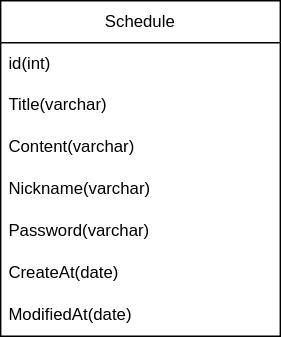
Earlier version of the draw.io export documents/schedule-erd.svg (newbe01/schedule). Source tidied: cells renumbered, new cells last; positions are measured from the earlier drawing's top-left corner, leaving out a move shared by most shapes.
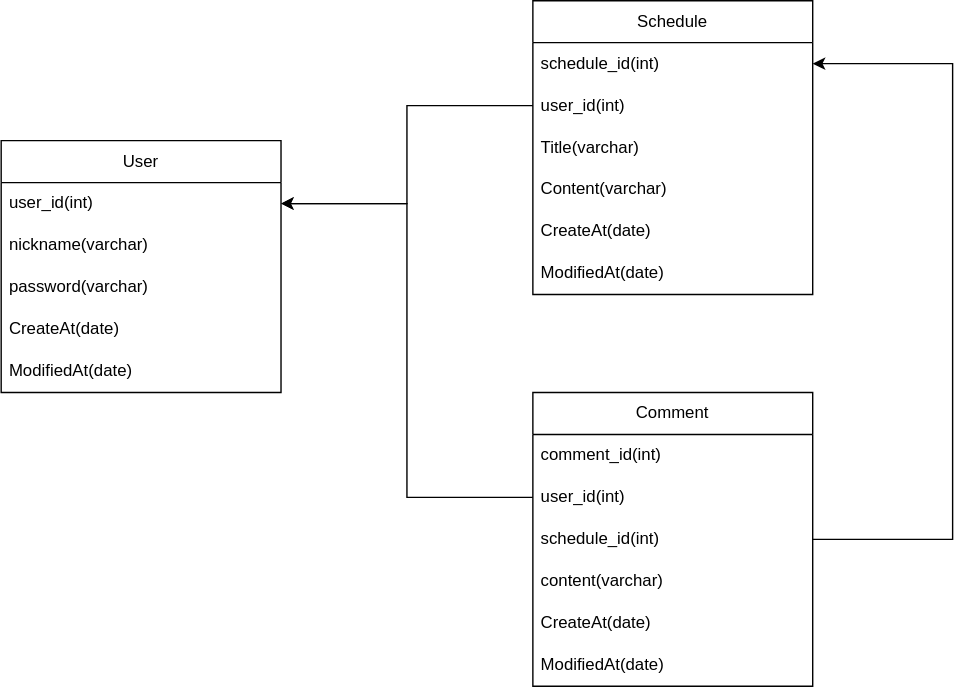
Above is the later version.

Commit message:
erd, use case

Change to the diagram source:
```diff
@@ -3,28 +3,78 @@
     <mxCell id="0" />
     <mxCell id="1" parent="0" />
     <mxCell id="2" value="Schedule" style="swimlane;fontStyle=0;horizontal=1;startSize=30;whiteSpace=wrap;html=1;" parent="1" vertex="1">
-      <mxGeometry width="200" height="240" as="geometry" />
+      <mxGeometry width="200" height="210" as="geometry" />
     </mxCell>
-    <mxCell id="3" value="id(int)" style="text;strokeColor=none;fillColor=none;align=left;verticalAlign=middle;spacingLeft=4;spacingRight=4;overflow=hidden;points=[[0,0.5],[1,0.5]];portConstraint=eastwest;whiteSpace=wrap;html=1;" parent="2" vertex="1">
+    <mxCell id="3" value="schedule_id(int)" style="text;strokeColor=none;fillColor=none;align=left;verticalAlign=middle;spacingLeft=4;spacingRight=4;overflow=hidden;points=[[0,0.5],[1,0.5]];portConstraint=eastwest;whiteSpace=wrap;html=1;" parent="2" vertex="1">
       <mxGeometry y="30" width="200" height="30" as="geometry" />
     </mxCell>
+    <mxCell id="10" value="user_id(int)" style="text;strokeColor=none;fillColor=none;align=left;verticalAlign=middle;spacingLeft=4;spacingRight=4;overflow=hidden;points=[[0,0.5],[1,0.5]];portConstraint=eastwest;whiteSpace=wrap;html=1;" parent="2" vertex="1">
+      <mxGeometry y="60" width="200" height="30" as="geometry" />
+    </mxCell>
     <mxCell id="4" value="Title(varchar)" style="text;strokeColor=none;fillColor=none;align=left;verticalAlign=middle;spacingLeft=4;spacingRight=4;overflow=hidden;whiteSpace=wrap;html=1;" parent="2" vertex="1">
-      <mxGeometry y="60" width="200" height="30" as="geometry" />
+      <mxGeometry y="90" width="200" height="30" as="geometry" />
     </mxCell>
     <mxCell id="5" value="Content(varchar)" style="text;strokeColor=none;fillColor=none;align=left;verticalAlign=middle;spacingLeft=4;spacingRight=4;overflow=hidden;whiteSpace=wrap;html=1;" parent="2" vertex="1">
-      <mxGeometry y="90" width="200" height="30" as="geometry" />
+      <mxGeometry y="120" width="200" height="30" as="geometry" />
     </mxCell>
-    <mxCell id="6" value="Nickname(varchar)" style="text;strokeColor=none;fillColor=none;align=left;verticalAlign=middle;spacingLeft=4;spacingRight=4;overflow=hidden;whiteSpace=wrap;html=1;" parent="2" vertex="1">
-      <mxGeometry y="120" width="200" height="30" as="geometry" />
-    </mxCell>
-    <mxCell id="7" value="Password(varchar)" style="text;strokeColor=none;fillColor=none;align=left;verticalAlign=middle;spacingLeft=4;spacingRight=4;overflow=hidden;whiteSpace=wrap;html=1;" parent="2" vertex="1">
-      <mxGeometry y="150" width="200" height="30" as="geometry" />
-    </mxCell>
     <mxCell id="8" value="CreateAt(date)" style="text;strokeColor=none;fillColor=none;align=left;verticalAlign=middle;spacingLeft=4;spacingRight=4;overflow=hidden;whiteSpace=wrap;html=1;" parent="2" vertex="1">
-      <mxGeometry y="180" width="200" height="30" as="geometry" />
+      <mxGeometry y="150" width="200" height="30" as="geometry" />
     </mxCell>
     <mxCell id="9" value="ModifiedAt(date)" style="text;strokeColor=none;fillColor=none;align=left;verticalAlign=middle;spacingLeft=4;spacingRight=4;overflow=hidden;whiteSpace=wrap;html=1;" parent="2" vertex="1">
-      <mxGeometry y="210" width="200" height="30" as="geometry" />
+      <mxGeometry y="180" width="200" height="30" as="geometry" />
     </mxCell>
+    <mxCell id="11" value="User" style="swimlane;fontStyle=0;horizontal=1;startSize=30;whiteSpace=wrap;html=1;" parent="1" vertex="1">
+      <mxGeometry x="-380" y="100" width="200" height="180" as="geometry" />
+    </mxCell>
+    <mxCell id="12" value="user_id(int)" style="text;strokeColor=none;fillColor=none;align=left;verticalAlign=middle;spacingLeft=4;spacingRight=4;overflow=hidden;points=[[0,0.5],[1,0.5]];portConstraint=eastwest;whiteSpace=wrap;html=1;" parent="11" vertex="1">
+      <mxGeometry y="30" width="200" height="30" as="geometry" />
+    </mxCell>
+    <mxCell id="13" value="nickname(varchar)" style="text;strokeColor=none;fillColor=none;align=left;verticalAlign=middle;spacingLeft=4;spacingRight=4;overflow=hidden;whiteSpace=wrap;html=1;" parent="11" vertex="1">
+      <mxGeometry y="60" width="200" height="30" as="geometry" />
+    </mxCell>
+    <mxCell id="14" value="password(varchar)" style="text;strokeColor=none;fillColor=none;align=left;verticalAlign=middle;spacingLeft=4;spacingRight=4;overflow=hidden;whiteSpace=wrap;html=1;" parent="11" vertex="1">
+      <mxGeometry y="90" width="200" height="30" as="geometry" />
+    </mxCell>
+    <mxCell id="15" value="CreateAt(date)" style="text;strokeColor=none;fillColor=none;align=left;verticalAlign=middle;spacingLeft=4;spacingRight=4;overflow=hidden;whiteSpace=wrap;html=1;" parent="11" vertex="1">
+      <mxGeometry y="120" width="200" height="30" as="geometry" />
+    </mxCell>
+    <mxCell id="16" value="ModifiedAt(date)" style="text;strokeColor=none;fillColor=none;align=left;verticalAlign=middle;spacingLeft=4;spacingRight=4;overflow=hidden;whiteSpace=wrap;html=1;" parent="11" vertex="1">
+      <mxGeometry y="150" width="200" height="30" as="geometry" />
+    </mxCell>
+    <mxCell id="17" value="Comment&lt;br&gt;" style="swimlane;fontStyle=0;horizontal=1;startSize=30;whiteSpace=wrap;html=1;" parent="1" vertex="1">
+      <mxGeometry y="280" width="200" height="210" as="geometry" />
+    </mxCell>
+    <mxCell id="18" value="comment_id(int)" style="text;strokeColor=none;fillColor=none;align=left;verticalAlign=middle;spacingLeft=4;spacingRight=4;overflow=hidden;whiteSpace=wrap;html=1;" parent="17" vertex="1">
+      <mxGeometry y="30" width="200" height="30" as="geometry" />
+    </mxCell>
+    <mxCell id="19" value="user_id(int)" style="text;strokeColor=none;fillColor=none;align=left;verticalAlign=middle;spacingLeft=4;spacingRight=4;overflow=hidden;points=[[0,0.5],[1,0.5]];portConstraint=eastwest;whiteSpace=wrap;html=1;" parent="17" vertex="1">
+      <mxGeometry y="60" width="200" height="30" as="geometry" />
+    </mxCell>
+    <mxCell id="20" value="schedule_id(int)" style="text;strokeColor=none;fillColor=none;align=left;verticalAlign=middle;spacingLeft=4;spacingRight=4;overflow=hidden;points=[[0,0.5],[1,0.5]];portConstraint=eastwest;whiteSpace=wrap;html=1;" parent="17" vertex="1">
+      <mxGeometry y="90" width="200" height="30" as="geometry" />
+    </mxCell>
+    <mxCell id="21" value="content(varchar)" style="text;strokeColor=none;fillColor=none;align=left;verticalAlign=middle;spacingLeft=4;spacingRight=4;overflow=hidden;whiteSpace=wrap;html=1;" parent="17" vertex="1">
+      <mxGeometry y="120" width="200" height="30" as="geometry" />
+    </mxCell>
+    <mxCell id="22" value="CreateAt(date)" style="text;strokeColor=none;fillColor=none;align=left;verticalAlign=middle;spacingLeft=4;spacingRight=4;overflow=hidden;whiteSpace=wrap;html=1;" parent="17" vertex="1">
+      <mxGeometry y="150" width="200" height="30" as="geometry" />
+    </mxCell>
+    <mxCell id="23" value="ModifiedAt(date)" style="text;strokeColor=none;fillColor=none;align=left;verticalAlign=middle;spacingLeft=4;spacingRight=4;overflow=hidden;whiteSpace=wrap;html=1;" parent="17" vertex="1">
+      <mxGeometry y="180" width="200" height="30" as="geometry" />
+    </mxCell>
+    <mxCell id="24" style="edgeStyle=orthogonalEdgeStyle;rounded=0;jettySize=auto;html=1;entryX=1;entryY=0.5;entryDx=0;entryDy=0;" parent="1" edge="1" source="10" target="12">
+      <mxGeometry relative="1" as="geometry" />
+    </mxCell>
+    <mxCell id="25" style="edgeStyle=orthogonalEdgeStyle;rounded=0;jettySize=auto;html=1;entryX=1;entryY=0.5;entryDx=0;entryDy=0;exitX=1;exitY=0.5;exitDx=0;exitDy=0;" parent="1" edge="1" source="20" target="3">
+      <mxGeometry relative="1" as="geometry">
+        <Array as="points">
+          <mxPoint x="300" y="385" />
+          <mxPoint x="300" y="45" />
+        </Array>
+      </mxGeometry>
+    </mxCell>
+    <mxCell id="26" style="edgeStyle=orthogonalEdgeStyle;rounded=0;jettySize=auto;html=1;entryX=1;entryY=0.5;entryDx=0;entryDy=0;" parent="1" edge="1" source="19" target="12">
+      <mxGeometry relative="1" as="geometry" />
+    </mxCell>
   </root>
 </mxGraphModel>
```
